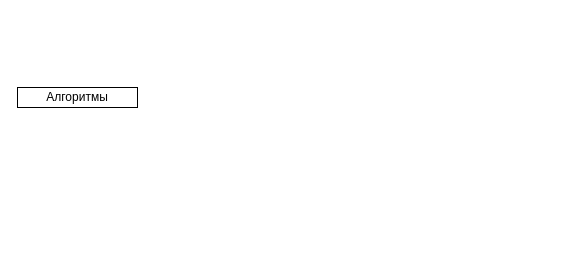
Earlier version of the draw.io diagram architechture.drawio (maxmiracle/arch). Source tidied: cells renumbered, new cells numbered last; positions are measured from the earlier drawing's top-left corner, leaving out a move shared by most shapes. Both pictures are drawn from the tidied source at 100%, with x=0, y=0 at pixel (17, 87).
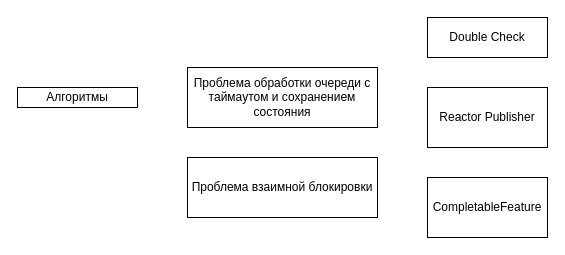
The same page after the edit.

The edit, as a diff of the source:
```diff
@@
 <mxGraphModel>
   <root>
     <mxCell id="0" />
     <mxCell id="1" parent="0" />
     <mxCell id="2" value="Алгоритмы" style="rounded=0;whiteSpace=wrap;html=1;" parent="1" vertex="1">
       <mxGeometry width="120" height="20" as="geometry" />
     </mxCell>
+    <mxCell id="3" value="Проблема обработки очереди с таймаутом и сохранением состояния" style="rounded=0;whiteSpace=wrap;html=1;" parent="1" vertex="1">
+      <mxGeometry x="170" y="-20" width="190" height="60" as="geometry" />
+    </mxCell>
+    <mxCell id="4" value="Проблема взаимной блокировки" style="rounded=0;whiteSpace=wrap;html=1;" parent="1" vertex="1">
+      <mxGeometry x="170" y="70" width="190" height="60" as="geometry" />
+    </mxCell>
+    <mxCell id="5" value="Double Check" style="rounded=0;whiteSpace=wrap;html=1;" parent="1" vertex="1">
+      <mxGeometry x="410" y="-70" width="120" height="40" as="geometry" />
+    </mxCell>
+    <mxCell id="6" value="Reactor Publisher" style="rounded=0;whiteSpace=wrap;html=1;" parent="1" vertex="1">
+      <mxGeometry x="410" width="120" height="60" as="geometry" />
+    </mxCell>
+    <mxCell id="7" value="CompletableFeature" style="rounded=0;whiteSpace=wrap;html=1;" parent="1" vertex="1">
+      <mxGeometry x="410" y="90" width="120" height="60" as="geometry" />
+    </mxCell>
   </root>
 </mxGraphModel>
```
